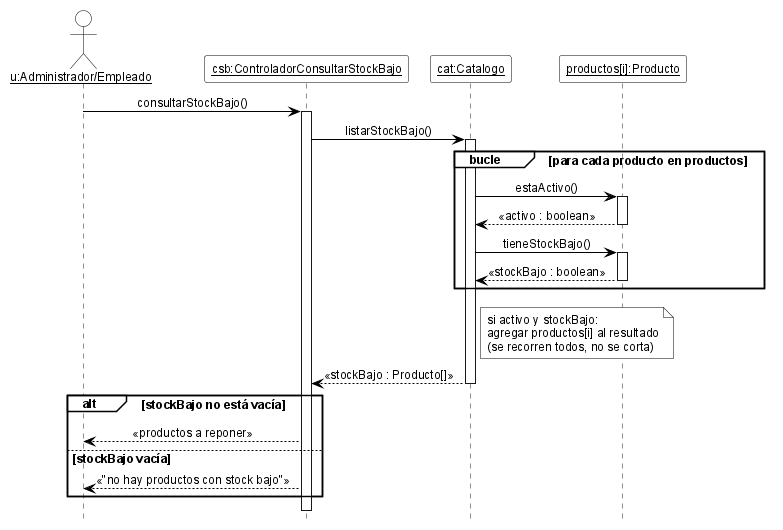
Earlier version of the PlantUML export 08-Diagrama De Secuencia/DSD_CU-08_consultarStockBajo.png (cirotop/Stock-Project). The source it was exported from:
```plantuml
@startuml DSD_CU-08_consultarStockBajo
hide footbox
skinparam shadowing false
skinparam defaultFontName Arial
skinparam defaultFontSize 12
skinparam sequenceMessageAlign center
skinparam ArrowColor black
skinparam ParticipantBackgroundColor white
skinparam ParticipantBorderColor black
skinparam ActorBackgroundColor white
skinparam ActorBorderColor black
skinparam LifeLineBorderColor black
skinparam LifeLineBackgroundColor white
skinparam SequenceGroupBackgroundColor white
skinparam SequenceGroupBorderColor black
skinparam SequenceGroupHeaderFontColor black
skinparam NoteBackgroundColor white
skinparam NoteBorderColor black

actor "<u>u:Administrador/Empleado</u>" as u
participant "<u>csb:ControladorConsultarStockBajo</u>" as csb
participant "<u>cat:Catalogo</u>" as cat
participant "<u>productos[i]:Producto</u>" as pi

u -> csb ++ : consultarStockBajo()
csb -> cat ++ : listarStockBajo()
group bucle [para cada producto en productos]
  cat -> pi ++ : estaActivo()
  pi --> cat -- : «activo : boolean»
  cat -> pi ++ : tieneStockBajo()
  pi --> cat -- : «stockBajo : boolean»
end
note right of cat
  si activo y stockBajo:
  agregar productos[i] al resultado
  (se recorren todos, no se corta)
end note
cat --> csb -- : «stockBajo : Producto[]»
alt stockBajo no está vacía
  csb --> u : «productos a reponer»
else stockBajo vacía
  csb --> u : «"no hay productos con stock bajo"»
end
deactivate csb

@enduml
```
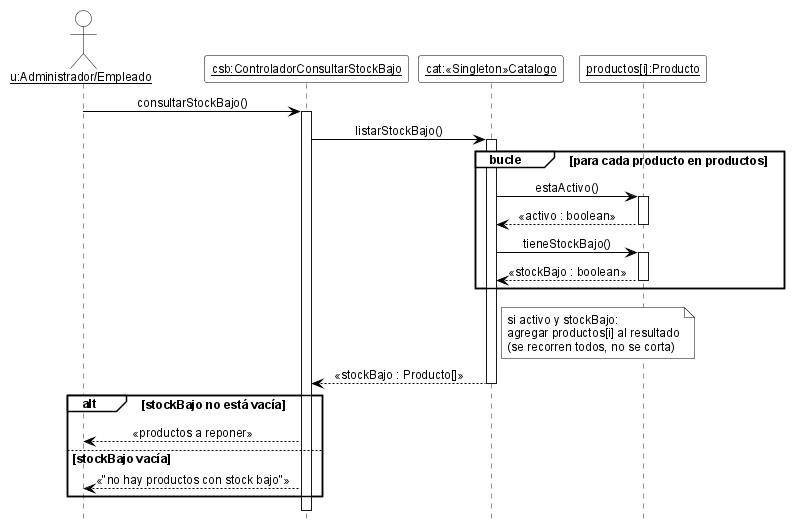
After the commit.

What changed in the source:
```diff
@@ -7,6 +7,8 @@
 skinparam ArrowColor black
 skinparam ParticipantBackgroundColor white
 skinparam ParticipantBorderColor black
+skinparam CollectionsBackgroundColor white
+skinparam CollectionsBorderColor black
 skinparam ActorBackgroundColor white
 skinparam ActorBorderColor black
 skinparam LifeLineBorderColor black
@@ -19,7 +21,7 @@
 
 actor "<u>u:Administrador/Empleado</u>" as u
 participant "<u>csb:ControladorConsultarStockBajo</u>" as csb
-participant "<u>cat:Catalogo</u>" as cat
+participant "<u>cat:«Singleton»Catalogo</u>" as cat
 participant "<u>productos[i]:Producto</u>" as pi
 
 u -> csb ++ : consultarStockBajo()
```
